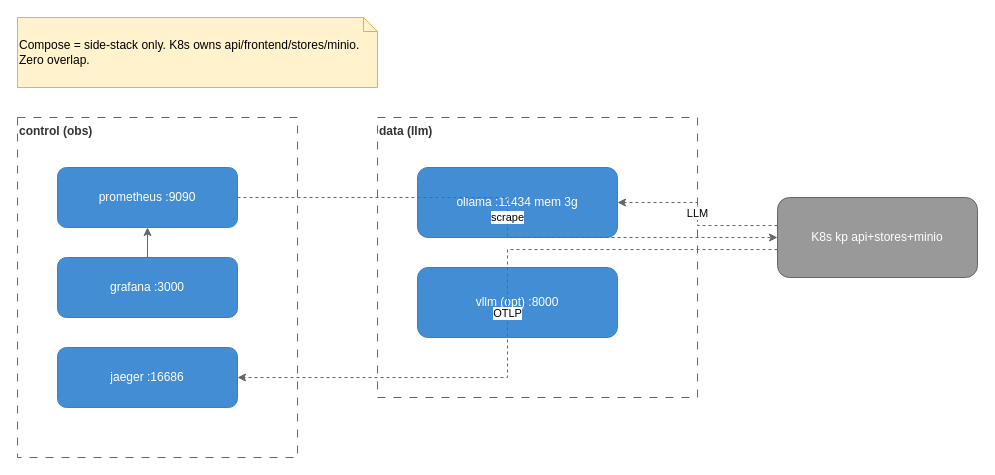
Before: diagrams/compose-topology.drawio in YuesIt17/yuit-docs-ai-architect-platform, a draw.io diagram. Source tidied: cells renumbered, new cells numbered last; positions are measured from the earlier drawing's top-left corner, leaving out a move shared by most shapes. Both pictures are drawn from the tidied source at 100%, with x=0, y=0 at pixel (17, 17).
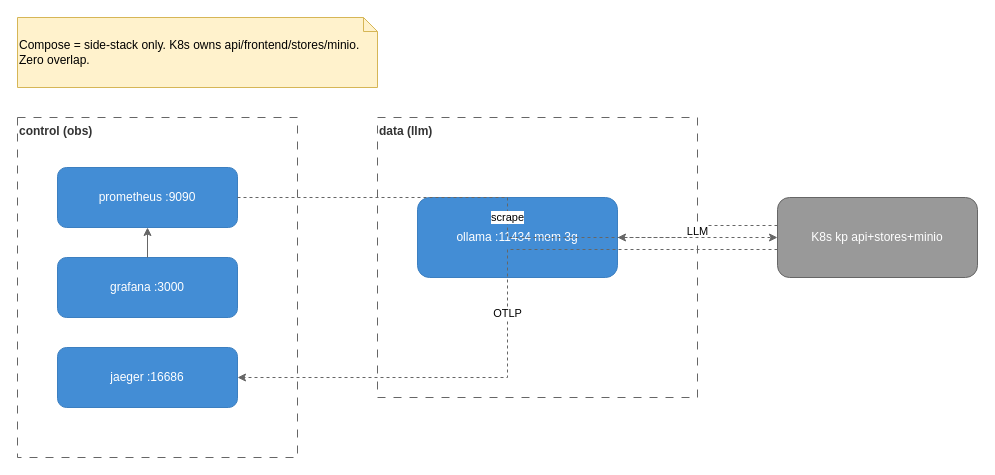
After the change.

What changed in the source:
```diff
@@
 <mxGraphModel>
   <root>
     <mxCell id="0" />
     <mxCell id="1" parent="0" />
     <mxCell id="2" value="Compose = side-stack only.&amp;#10;K8s owns api/frontend/stores/minio.&amp;#10;Zero overlap." style="shape=note;whiteSpace=wrap;html=1;backgroundOutline=1;fillColor=#fff2cc;strokeColor=#d6b656;size=14;align=left;" parent="1" vertex="1">
       <mxGeometry width="360" height="70" as="geometry" />
     </mxCell>
     <mxCell id="3" value="control (obs)" style="rounded=0;whiteSpace=wrap;html=1;dashed=1;dashPattern=8 8;fillColor=none;strokeColor=#666666;align=left;verticalAlign=top;fontStyle=1;fontColor=#333333;" parent="1" vertex="1">
       <mxGeometry y="100" width="280" height="340" as="geometry" />
     </mxCell>
     <mxCell id="4" value="prometheus&amp;#10;:9090" style="rounded=1;whiteSpace=wrap;html=1;fillColor=#438DD5;strokeColor=#3C7FC0;fontColor=#ffffff;align=center;" parent="3" vertex="1">
       <mxGeometry x="40" y="50" width="180" height="60" as="geometry" />
     </mxCell>
     <mxCell id="5" value="grafana&amp;#10;:3000" style="rounded=1;whiteSpace=wrap;html=1;fillColor=#438DD5;strokeColor=#3C7FC0;fontColor=#ffffff;align=center;" parent="3" vertex="1">
       <mxGeometry x="40" y="140" width="180" height="60" as="geometry" />
     </mxCell>
     <mxCell id="6" value="jaeger&amp;#10;:16686" style="rounded=1;whiteSpace=wrap;html=1;fillColor=#438DD5;strokeColor=#3C7FC0;fontColor=#ffffff;align=center;" parent="3" vertex="1">
       <mxGeometry x="40" y="230" width="180" height="60" as="geometry" />
     </mxCell>
     <mxCell id="7" value="data (llm)" style="rounded=0;whiteSpace=wrap;html=1;dashed=1;dashPattern=8 8;fillColor=none;strokeColor=#666666;align=left;verticalAlign=top;fontStyle=1;fontColor=#333333;" parent="1" vertex="1">
       <mxGeometry x="360" y="100" width="320" height="280" as="geometry" />
     </mxCell>
     <mxCell id="8" value="ollama&amp;#10;:11434 mem 3g" style="rounded=1;whiteSpace=wrap;html=1;fillColor=#438DD5;strokeColor=#3C7FC0;fontColor=#ffffff;align=center;" parent="7" vertex="1">
-      <mxGeometry x="40" y="50" width="200" height="70" as="geometry" />
+      <mxGeometry x="40" y="80" width="200" height="80" as="geometry" />
     </mxCell>
-    <mxCell id="9" value="vllm (opt)&amp;#10;:8000" style="rounded=1;whiteSpace=wrap;html=1;fillColor=#438DD5;strokeColor=#3C7FC0;fontColor=#ffffff;align=center;" parent="7" vertex="1">
-      <mxGeometry x="40" y="150" width="200" height="70" as="geometry" />
-    </mxCell>
     <mxCell id="10" value="K8s kp&amp;#10;api+stores+minio" style="rounded=1;whiteSpace=wrap;html=1;fillColor=#999999;strokeColor=#666666;fontColor=#ffffff;align=center;" parent="1" vertex="1">
       <mxGeometry x="760" y="180" width="200" height="80" as="geometry" />
     </mxCell>
     <mxCell id="11" style="edgeStyle=orthogonalEdgeStyle;rounded=0;html=1;strokeColor=#666666;exitX=0.5;exitY=0;entryX=0.5;entryY=1;" parent="1" edge="1" source="5" target="4">
       <mxGeometry relative="1" as="geometry" />
     </mxCell>
     <mxCell id="12" value="LLM" style="edgeStyle=orthogonalEdgeStyle;rounded=0;html=1;strokeColor=#666666;dashed=1;exitX=0;exitY=0.35;entryX=1;entryY=0.5;" parent="1" edge="1" source="10" target="8">
       <mxGeometry relative="1" as="geometry" />
     </mxCell>
     <mxCell id="13" value="OTLP" style="edgeStyle=orthogonalEdgeStyle;rounded=0;html=1;strokeColor=#666666;dashed=1;exitX=0;exitY=0.65;entryX=1;entryY=0.5;" parent="1" edge="1" source="10" target="6">
       <mxGeometry relative="1" as="geometry" />
     </mxCell>
     <mxCell id="14" value="scrape" style="edgeStyle=orthogonalEdgeStyle;rounded=0;html=1;strokeColor=#666666;dashed=1;exitX=1;exitY=0.5;entryX=0;entryY=0.5;" parent="1" edge="1" source="4" target="10">
       <mxGeometry relative="1" as="geometry" />
     </mxCell>
   </root>
 </mxGraphModel>
```
